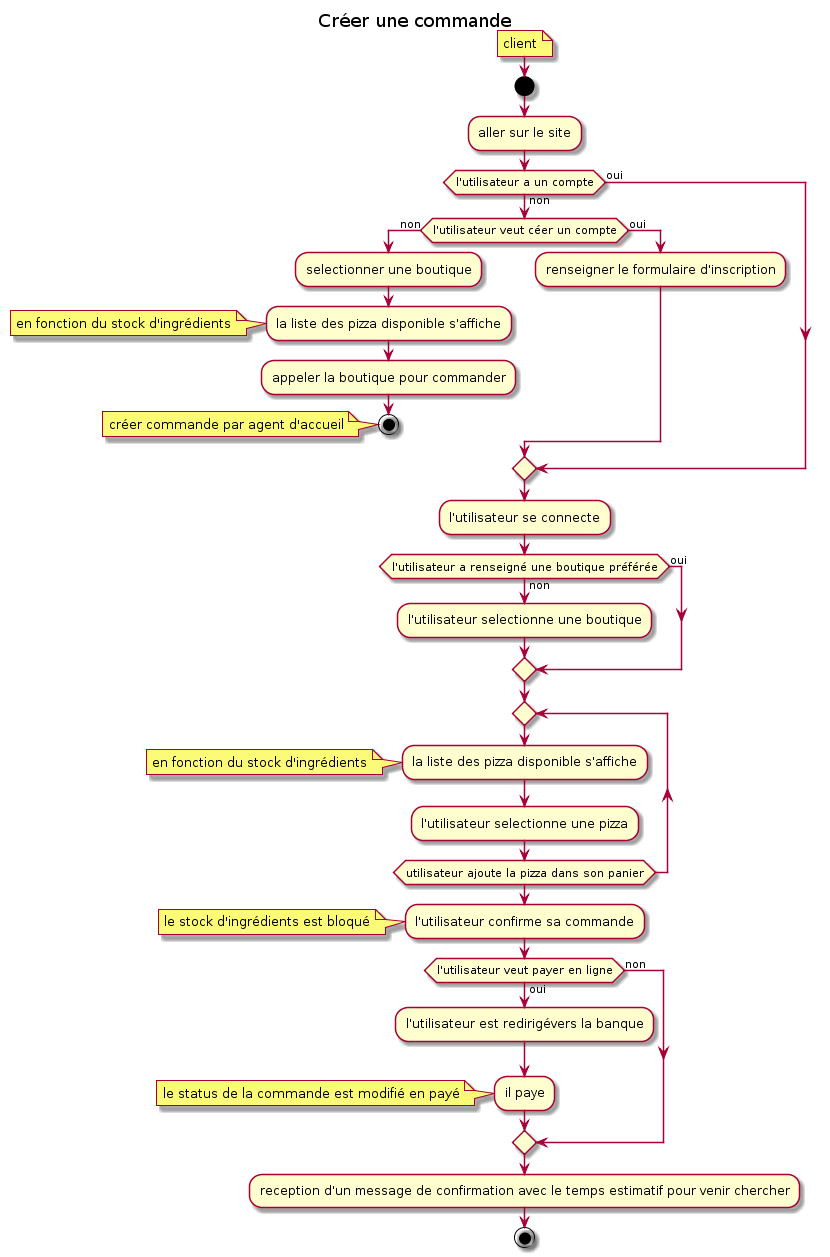
Above: doc/img/4_Commande_CREATE_CMD_ActivityDiagram.png in Zepmanbc/oc_dapython_pr4 (PlantUML), before the change. The source it was exported from:
```plantuml
@startuml 4_Commande_CREATE_CMD_ActivityDiagram

title Créer une commande

note: client

start

:aller sur le site;
if (l'utilisateur a un compte) then (non)
    if (l'utilisateur veut céer un compte) then (non)
        :selectionner une boutique;
        :la liste des pizza disponible s'affiche;
        note: en fonction du stock d'ingrédients
        :appeler la boutique pour commander;
        stop
        note: créer commande par agent d'accueil
    else (oui)
        :renseigner le formulaire d'inscription;
    endif
else (oui)
endif
:l'utilisateur se connecte;
if (l'utilisateur a renseigné une boutique préférée) then (oui)
else (non)
    :l'utilisateur selectionne une boutique;
endif
repeat
:la liste des pizza disponible s'affiche;
note : en fonction du stock d'ingrédients
:l'utilisateur selectionne une pizza;
repeat while (utilisateur ajoute la pizza dans son panier)
:l'utilisateur confirme sa commande;
note: le stock d'ingrédients est bloqué
if (l'utilisateur veut payer en ligne) then (non)

else (oui)
    :l'utilisateur est redirigévers la banque;
    :il paye;
    note: le status de la commande est modifié en payé
endif
:reception d'un message de confirmation avec le temps estimatif pour venir chercher;
stop

@enduml
```
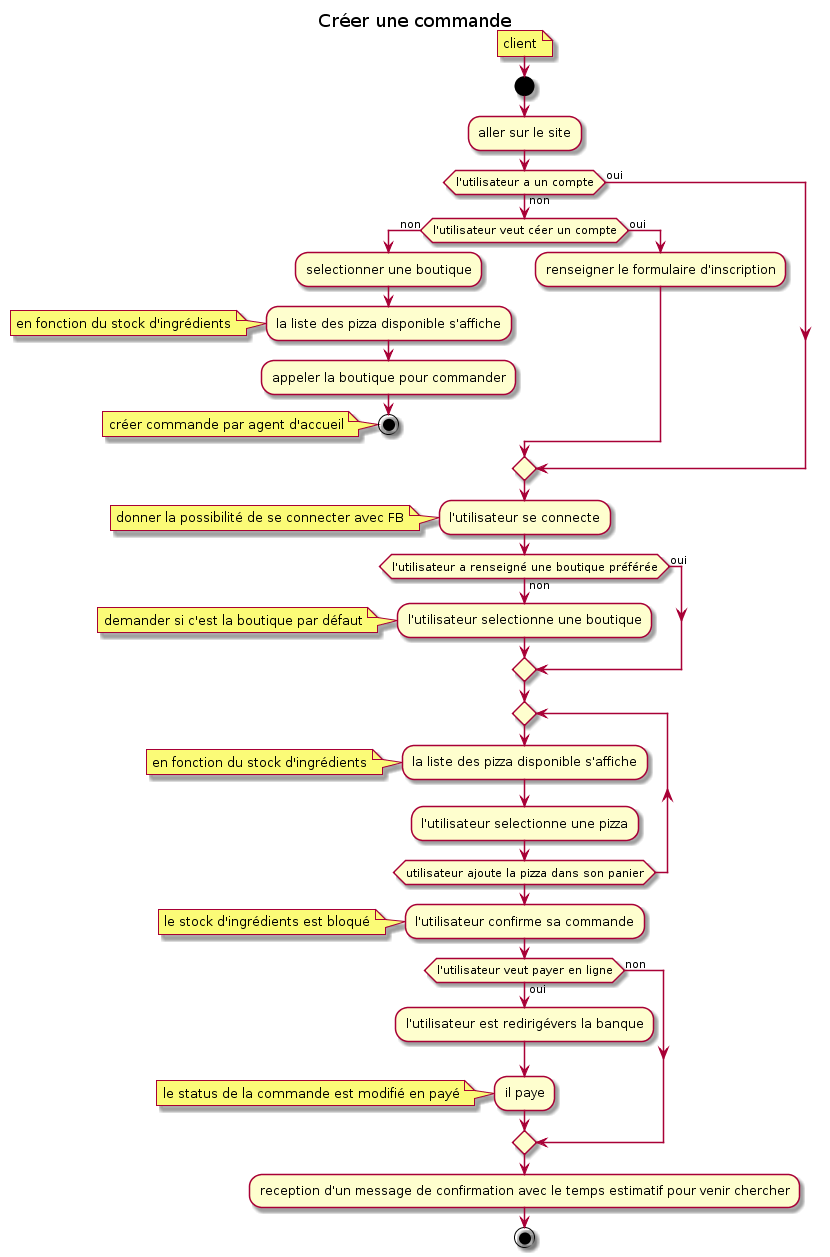
After the commit.

Change to the diagram source:
```diff
@@ -5,7 +5,6 @@
 note: client
 
 start
-
 :aller sur le site;
 if (l'utilisateur a un compte) then (non)
     if (l'utilisateur veut céer un compte) then (non)
@@ -21,9 +20,11 @@
 else (oui)
 endif
 :l'utilisateur se connecte;
+note: donner la possibilité de se connecter avec FB
 if (l'utilisateur a renseigné une boutique préférée) then (oui)
 else (non)
     :l'utilisateur selectionne une boutique;
+    note: demander si c'est la boutique par défaut
 endif
 repeat
 :la liste des pizza disponible s'affiche;
```
